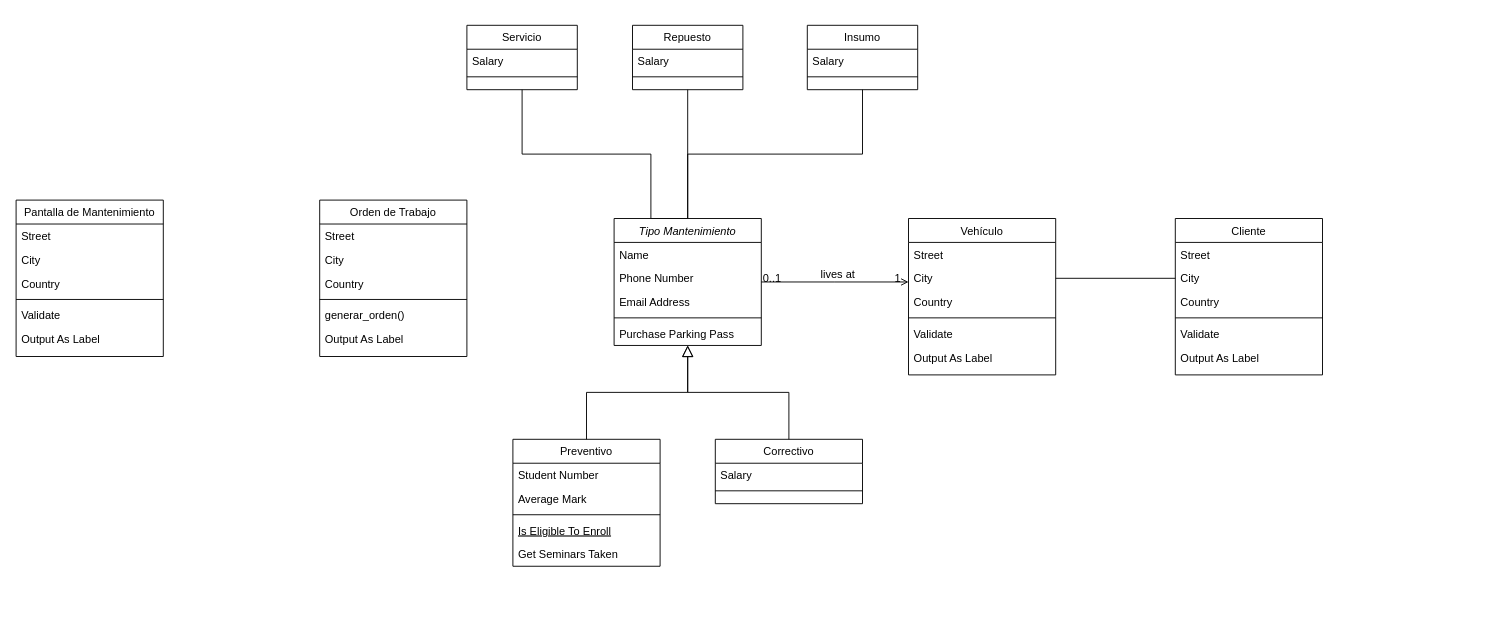
Before: diag clases.drawio in KeiKurono96/Experiencias3, a draw.io diagram. Source tidied: cells renumbered, new cells numbered last; positions are measured from the earlier drawing's top-left corner, leaving out a move shared by most shapes. Both pictures are drawn from the tidied source at 92%, with x=0, y=0 at pixel (16, 25).
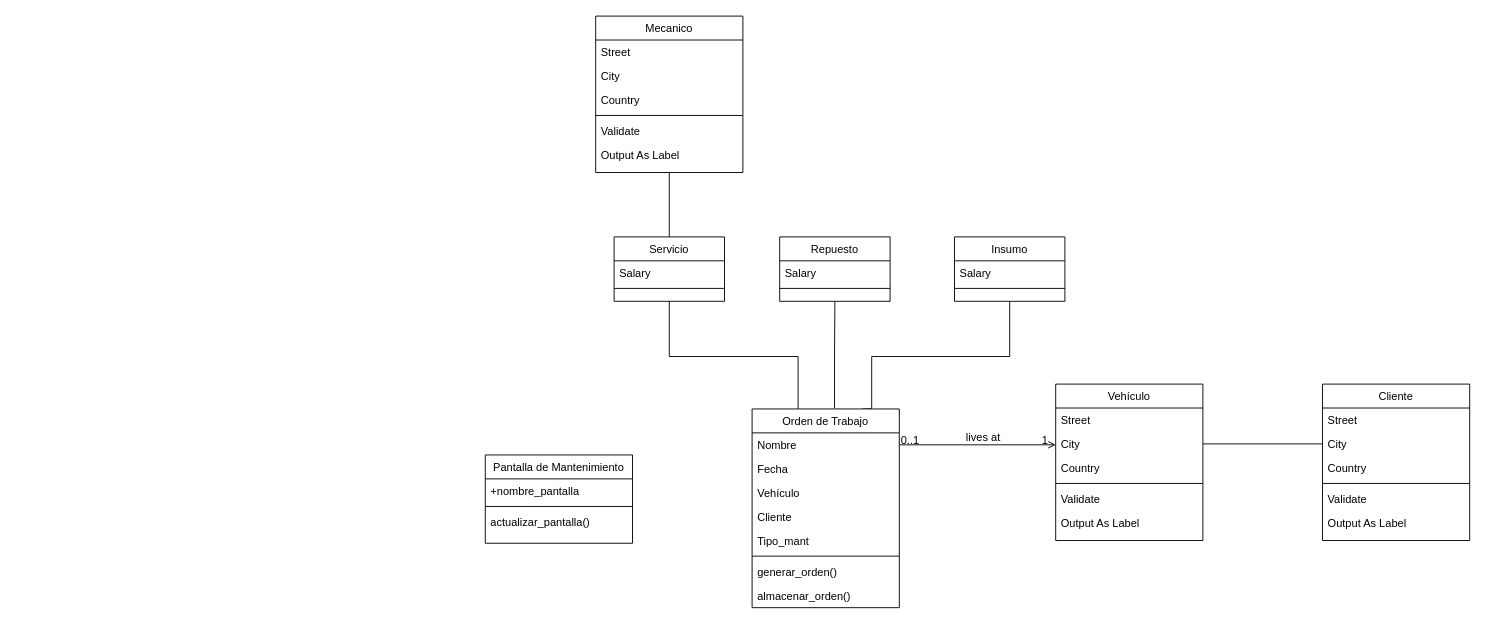
The same diagram, later.

Diff of the diagram source:
```diff
@@
-    <mxCell id="2" style="edgeStyle=orthogonalEdgeStyle;rounded=0;jettySize=auto;html=1;entryX=0.5;entryY=1;entryDx=0;entryDy=0;endArrow=none;endFill=0;exitX=0.5;exitY=0;exitDx=0;exitDy=0;" parent="1" edge="1" source="5" target="33">
+    <mxCell id="2" style="edgeStyle=orthogonalEdgeStyle;rounded=0;jettySize=auto;html=1;entryX=0.5;entryY=1;entryDx=0;entryDy=0;endArrow=none;endFill=0;" parent="1" edge="1" source="42" target="33">
       <mxGeometry relative="1" as="geometry">
         <Array as="points">
-          <mxPoint x="690" y="210" />
-          <mxPoint x="690" y="140" />
-          <mxPoint x="550" y="140" />
+          <mxPoint x="850" y="360" />
+          <mxPoint x="710" y="360" />
         </Array>
       </mxGeometry>
     </mxCell>
-    <mxCell id="3" style="edgeStyle=orthogonalEdgeStyle;shape=connector;rounded=0;jettySize=auto;html=1;entryX=0.5;entryY=1;entryDx=0;entryDy=0;labelBackgroundColor=default;strokeColor=default;fontFamily=Helvetica;fontSize=11;fontColor=default;endArrow=none;endFill=0;" parent="1" edge="1" source="5" target="36">
+    <mxCell id="3" style="edgeStyle=orthogonalEdgeStyle;shape=connector;rounded=0;jettySize=auto;html=1;entryX=0.5;entryY=1;entryDx=0;entryDy=0;labelBackgroundColor=default;strokeColor=default;fontFamily=Helvetica;fontSize=11;fontColor=default;endArrow=none;endFill=0;exitX=0.56;exitY=-0.003;exitDx=0;exitDy=0;exitPerimeter=0;" parent="1" edge="1" source="42" target="36">
       <mxGeometry relative="1" as="geometry" />
     </mxCell>
-    <mxCell id="4" style="edgeStyle=orthogonalEdgeStyle;shape=connector;rounded=0;jettySize=auto;html=1;entryX=0.5;entryY=1;entryDx=0;entryDy=0;labelBackgroundColor=default;strokeColor=default;fontFamily=Helvetica;fontSize=11;fontColor=default;endArrow=none;endFill=0;" parent="1" edge="1" source="5" target="39">
+    <mxCell id="4" style="edgeStyle=orthogonalEdgeStyle;shape=connector;rounded=0;jettySize=auto;html=1;entryX=0.5;entryY=1;entryDx=0;entryDy=0;labelBackgroundColor=default;strokeColor=default;fontFamily=Helvetica;fontSize=11;fontColor=default;endArrow=none;endFill=0;exitX=0.75;exitY=0;exitDx=0;exitDy=0;" parent="1" edge="1" source="42" target="39">
       <mxGeometry relative="1" as="geometry">
         <Array as="points">
-          <mxPoint x="730" y="140" />
-          <mxPoint x="920" y="140" />
+          <mxPoint x="930" y="417" />
+          <mxPoint x="930" y="360" />
+          <mxPoint x="1080" y="360" />
         </Array>
       </mxGeometry>
     </mxCell>
-    <mxCell id="5" value="Tipo Mantenimiento" style="swimlane;fontStyle=2;align=center;verticalAlign=top;horizontal=1;startSize=26;rounded=0;shadow=0;strokeWidth=1;" parent="1" vertex="1">
-      <mxGeometry x="650" y="210" width="160" height="138" as="geometry" />
-    </mxCell>
-    <mxCell id="6" value="Name" style="text;align=left;verticalAlign=top;spacingLeft=4;spacingRight=4;overflow=hidden;" parent="5" vertex="1">
-      <mxGeometry y="26" width="160" height="26" as="geometry" />
-    </mxCell>
-    <mxCell id="7" value="Phone Number" style="text;align=left;verticalAlign=top;spacingLeft=4;spacingRight=4;overflow=hidden;rounded=0;shadow=0;html=0;" parent="5" vertex="1">
-      <mxGeometry y="52" width="160" height="26" as="geometry" />
-    </mxCell>
-    <mxCell id="8" value="Email Address" style="text;align=left;verticalAlign=top;spacingLeft=4;spacingRight=4;overflow=hidden;rounded=0;shadow=0;html=0;" parent="5" vertex="1">
-      <mxGeometry y="78" width="160" height="26" as="geometry" />
-    </mxCell>
-    <mxCell id="9" style="line;html=1;strokeWidth=1;align=left;verticalAlign=middle;spacingTop=-1;spacingLeft=3;spacingRight=3;labelPosition=right;" parent="5" vertex="1">
-      <mxGeometry y="104" width="160" height="8" as="geometry" />
-    </mxCell>
-    <mxCell id="10" value="Purchase Parking Pass" style="text;align=left;verticalAlign=top;spacingLeft=4;spacingRight=4;overflow=hidden;" parent="5" vertex="1">
-      <mxGeometry y="112" width="160" height="26" as="geometry" />
-    </mxCell>
-    <mxCell id="11" value="Preventivo" style="swimlane;fontStyle=0;align=center;verticalAlign=top;horizontal=1;startSize=26;rounded=0;shadow=0;strokeWidth=1;" parent="1" vertex="1">
-      <mxGeometry x="540" y="450" width="160" height="138" as="geometry" />
-    </mxCell>
-    <mxCell id="12" value="Student Number" style="text;align=left;verticalAlign=top;spacingLeft=4;spacingRight=4;overflow=hidden;" parent="11" vertex="1">
-      <mxGeometry y="26" width="160" height="26" as="geometry" />
-    </mxCell>
-    <mxCell id="13" value="Average Mark" style="text;align=left;verticalAlign=top;spacingLeft=4;spacingRight=4;overflow=hidden;rounded=0;shadow=0;html=0;" parent="11" vertex="1">
-      <mxGeometry y="52" width="160" height="26" as="geometry" />
-    </mxCell>
-    <mxCell id="14" style="line;html=1;strokeWidth=1;align=left;verticalAlign=middle;spacingTop=-1;spacingLeft=3;spacingRight=3;labelPosition=right;" parent="11" vertex="1">
-      <mxGeometry y="78" width="160" height="8" as="geometry" />
-    </mxCell>
-    <mxCell id="15" value="Is Eligible To Enroll" style="text;align=left;verticalAlign=top;spacingLeft=4;spacingRight=4;overflow=hidden;fontStyle=4;" parent="11" vertex="1">
-      <mxGeometry y="86" width="160" height="26" as="geometry" />
-    </mxCell>
-    <mxCell id="16" value="Get Seminars Taken" style="text;align=left;verticalAlign=top;spacingLeft=4;spacingRight=4;overflow=hidden;" parent="11" vertex="1">
-      <mxGeometry y="112" width="160" height="26" as="geometry" />
-    </mxCell>
-    <mxCell id="17" style="endArrow=block;endSize=10;endFill=0;shadow=0;strokeWidth=1;rounded=0;edgeStyle=elbowEdgeStyle;elbow=vertical;" parent="1" edge="1" source="11" target="5">
-      <mxGeometry relative="1" as="geometry" />
-    </mxCell>
-    <mxCell id="18" value="Correctivo" style="swimlane;fontStyle=0;align=center;verticalAlign=top;horizontal=1;startSize=26;rounded=0;shadow=0;strokeWidth=1;" parent="1" vertex="1">
-      <mxGeometry x="760" y="450" width="160" height="70" as="geometry" />
-    </mxCell>
-    <mxCell id="19" value="Salary" style="text;align=left;verticalAlign=top;spacingLeft=4;spacingRight=4;overflow=hidden;" parent="18" vertex="1">
-      <mxGeometry y="26" width="160" height="26" as="geometry" />
-    </mxCell>
-    <mxCell id="20" style="line;html=1;strokeWidth=1;align=left;verticalAlign=middle;spacingTop=-1;spacingLeft=3;spacingRight=3;labelPosition=right;" parent="18" vertex="1">
-      <mxGeometry y="52" width="160" height="8" as="geometry" />
-    </mxCell>
-    <mxCell id="21" style="endArrow=block;endSize=10;endFill=0;shadow=0;strokeWidth=1;rounded=0;edgeStyle=elbowEdgeStyle;elbow=vertical;" parent="1" edge="1" source="18" target="5">
-      <mxGeometry relative="1" as="geometry" />
-    </mxCell>
     <mxCell id="22" value="Vehículo" style="swimlane;fontStyle=0;align=center;verticalAlign=top;horizontal=1;startSize=26;rounded=0;shadow=0;strokeWidth=1;" parent="1" vertex="1">
-      <mxGeometry x="970" y="210" width="160" height="170" as="geometry" />
+      <mxGeometry x="1130" y="390" width="160" height="170" as="geometry" />
     </mxCell>
@@
-    <mxCell id="29" style="endArrow=open;shadow=0;strokeWidth=1;rounded=0;endFill=1;edgeStyle=elbowEdgeStyle;elbow=vertical;" parent="1" edge="1" source="5" target="22">
+    <mxCell id="29" style="endArrow=open;shadow=0;strokeWidth=1;rounded=0;endFill=1;edgeStyle=elbowEdgeStyle;elbow=vertical;exitX=1;exitY=0.5;exitDx=0;exitDy=0;" parent="1" edge="1" source="43" target="22">
       <mxGeometry x="0.5" y="41" relative="1" as="geometry">
         <mxPoint x="-40" y="32" as="offset" />
       </mxGeometry>
     </mxCell>
@@
     <mxCell id="33" value="Servicio" style="swimlane;fontStyle=0;align=center;verticalAlign=top;horizontal=1;startSize=26;rounded=0;shadow=0;strokeWidth=1;" parent="1" vertex="1">
-      <mxGeometry x="490" width="120" height="70" as="geometry" />
+      <mxGeometry x="650" y="230" width="120" height="70" as="geometry" />
     </mxCell>
@@
     <mxCell id="36" value="Repuesto" style="swimlane;fontStyle=0;align=center;verticalAlign=top;horizontal=1;startSize=26;rounded=0;shadow=0;strokeWidth=1;" parent="1" vertex="1">
-      <mxGeometry x="670" width="120" height="70" as="geometry" />
+      <mxGeometry x="830" y="230" width="120" height="70" as="geometry" />
     </mxCell>
@@
     <mxCell id="39" value="Insumo" style="swimlane;fontStyle=0;align=center;verticalAlign=top;horizontal=1;startSize=26;rounded=0;shadow=0;strokeWidth=1;" parent="1" vertex="1">
-      <mxGeometry x="860" width="120" height="70" as="geometry" />
+      <mxGeometry x="1020" y="230" width="120" height="70" as="geometry" />
     </mxCell>
@@
     <mxCell id="42" value="Orden de Trabajo" style="swimlane;fontStyle=0;align=center;verticalAlign=top;horizontal=1;startSize=26;rounded=0;shadow=0;strokeWidth=1;" parent="1" vertex="1">
-      <mxGeometry x="330" y="190" width="160" height="170" as="geometry" />
+      <mxGeometry x="800" y="417" width="160" height="216" as="geometry" />
     </mxCell>
-    <mxCell id="43" value="Street" style="text;align=left;verticalAlign=top;spacingLeft=4;spacingRight=4;overflow=hidden;points=[[0,0.5],[1,0.5]];portConstraint=eastwest;" parent="42" vertex="1">
+    <mxCell id="43" value="Nombre" style="text;align=left;verticalAlign=top;spacingLeft=4;spacingRight=4;overflow=hidden;points=[[0,0.5],[1,0.5]];portConstraint=eastwest;" parent="42" vertex="1">
       <mxGeometry y="26" width="160" height="26" as="geometry" />
     </mxCell>
-    <mxCell id="44" value="City" style="text;align=left;verticalAlign=top;spacingLeft=4;spacingRight=4;overflow=hidden;rounded=0;shadow=0;html=0;" parent="42" vertex="1">
+    <mxCell id="44" value="Fecha" style="text;align=left;verticalAlign=top;spacingLeft=4;spacingRight=4;overflow=hidden;rounded=0;shadow=0;html=0;" parent="42" vertex="1">
       <mxGeometry y="52" width="160" height="26" as="geometry" />
     </mxCell>
-    <mxCell id="45" value="Country" style="text;align=left;verticalAlign=top;spacingLeft=4;spacingRight=4;overflow=hidden;rounded=0;shadow=0;html=0;" parent="42" vertex="1">
+    <mxCell id="45" value="Vehículo" style="text;align=left;verticalAlign=top;spacingLeft=4;spacingRight=4;overflow=hidden;rounded=0;shadow=0;html=0;" parent="42" vertex="1">
       <mxGeometry y="78" width="160" height="26" as="geometry" />
     </mxCell>
+    <mxCell id="64" value="Cliente" style="text;align=left;verticalAlign=top;spacingLeft=4;spacingRight=4;overflow=hidden;rounded=0;shadow=0;html=0;" parent="42" vertex="1">
+      <mxGeometry y="104" width="160" height="26" as="geometry" />
+    </mxCell>
+    <mxCell id="65" value="Tipo_mant" style="text;align=left;verticalAlign=top;spacingLeft=4;spacingRight=4;overflow=hidden;rounded=0;shadow=0;html=0;" parent="42" vertex="1">
+      <mxGeometry y="130" width="160" height="26" as="geometry" />
+    </mxCell>
     <mxCell id="46" style="line;html=1;strokeWidth=1;align=left;verticalAlign=middle;spacingTop=-1;spacingLeft=3;spacingRight=3;labelPosition=right;" parent="42" vertex="1">
-      <mxGeometry y="104" width="160" height="8" as="geometry" />
+      <mxGeometry y="156" width="160" height="8" as="geometry" />
     </mxCell>
     <mxCell id="47" value="generar_orden()" style="text;align=left;verticalAlign=top;spacingLeft=4;spacingRight=4;overflow=hidden;" parent="42" vertex="1">
-      <mxGeometry y="112" width="160" height="26" as="geometry" />
+      <mxGeometry y="164" width="160" height="26" as="geometry" />
     </mxCell>
-    <mxCell id="48" value="Output As Label" style="text;align=left;verticalAlign=top;spacingLeft=4;spacingRight=4;overflow=hidden;" parent="42" vertex="1">
-      <mxGeometry y="138" width="160" height="26" as="geometry" />
+    <mxCell id="48" value="almacenar_orden()" style="text;align=left;verticalAlign=top;spacingLeft=4;spacingRight=4;overflow=hidden;" parent="42" vertex="1">
+      <mxGeometry y="190" width="160" height="26" as="geometry" />
     </mxCell>
     <mxCell id="49" value="Pantalla de Mantenimiento" style="swimlane;fontStyle=0;align=center;verticalAlign=top;horizontal=1;startSize=26;rounded=0;shadow=0;strokeWidth=1;" parent="1" vertex="1">
-      <mxGeometry y="190" width="160" height="170" as="geometry" />
+      <mxGeometry x="510" y="467" width="160" height="96" as="geometry" />
     </mxCell>
-    <mxCell id="50" value="Street" style="text;align=left;verticalAlign=top;spacingLeft=4;spacingRight=4;overflow=hidden;" parent="49" vertex="1">
+    <mxCell id="50" value="+nombre_pantalla" style="text;align=left;verticalAlign=top;spacingLeft=4;spacingRight=4;overflow=hidden;" parent="49" vertex="1">
       <mxGeometry y="26" width="160" height="26" as="geometry" />
     </mxCell>
-    <mxCell id="51" value="City" style="text;align=left;verticalAlign=top;spacingLeft=4;spacingRight=4;overflow=hidden;rounded=0;shadow=0;html=0;" parent="49" vertex="1">
-      <mxGeometry y="52" width="160" height="26" as="geometry" />
-    </mxCell>
-    <mxCell id="52" value="Country" style="text;align=left;verticalAlign=top;spacingLeft=4;spacingRight=4;overflow=hidden;rounded=0;shadow=0;html=0;" parent="49" vertex="1">
-      <mxGeometry y="78" width="160" height="26" as="geometry" />
-    </mxCell>
     <mxCell id="53" style="line;html=1;strokeWidth=1;align=left;verticalAlign=middle;spacingTop=-1;spacingLeft=3;spacingRight=3;labelPosition=right;" parent="49" vertex="1">
-      <mxGeometry y="104" width="160" height="8" as="geometry" />
+      <mxGeometry y="52" width="160" height="8" as="geometry" />
     </mxCell>
-    <mxCell id="54" value="Validate" style="text;align=left;verticalAlign=top;spacingLeft=4;spacingRight=4;overflow=hidden;" parent="49" vertex="1">
-      <mxGeometry y="112" width="160" height="26" as="geometry" />
+    <mxCell id="54" value="actualizar_pantalla()" style="text;align=left;verticalAlign=top;spacingLeft=4;spacingRight=4;overflow=hidden;" parent="49" vertex="1">
+      <mxGeometry y="60" width="160" height="26" as="geometry" />
     </mxCell>
-    <mxCell id="55" value="Output As Label" style="text;align=left;verticalAlign=top;spacingLeft=4;spacingRight=4;overflow=hidden;" parent="49" vertex="1">
-      <mxGeometry y="138" width="160" height="26" as="geometry" />
-    </mxCell>
     <mxCell id="56" value="Cliente" style="swimlane;fontStyle=0;align=center;verticalAlign=top;horizontal=1;startSize=26;rounded=0;shadow=0;strokeWidth=1;" parent="1" vertex="1">
-      <mxGeometry x="1260" y="210" width="160" height="170" as="geometry" />
+      <mxGeometry x="1420" y="390" width="160" height="170" as="geometry" />
     </mxCell>
@@
+    <mxCell id="66" style="edgeStyle=orthogonalEdgeStyle;shape=connector;rounded=0;jettySize=auto;html=1;entryX=0.5;entryY=0;entryDx=0;entryDy=0;labelBackgroundColor=default;strokeColor=default;fontFamily=Helvetica;fontSize=11;fontColor=default;endArrow=none;endFill=0;" parent="1" edge="1" source="67" target="33">
+      <mxGeometry relative="1" as="geometry" />
+    </mxCell>
+    <mxCell id="67" value="Mecanico" style="swimlane;fontStyle=0;align=center;verticalAlign=top;horizontal=1;startSize=26;rounded=0;shadow=0;strokeWidth=1;" parent="1" vertex="1">
+      <mxGeometry x="630" y="-10" width="160" height="170" as="geometry" />
+    </mxCell>
+    <mxCell id="68" value="Street" style="text;align=left;verticalAlign=top;spacingLeft=4;spacingRight=4;overflow=hidden;" parent="67" vertex="1">
+      <mxGeometry y="26" width="160" height="26" as="geometry" />
+    </mxCell>
+    <mxCell id="51" value="City" style="text;align=left;verticalAlign=top;spacingLeft=4;spacingRight=4;overflow=hidden;rounded=0;shadow=0;html=0;" parent="67" vertex="1">
+      <mxGeometry y="52" width="160" height="26" as="geometry" />
+    </mxCell>
+    <mxCell id="52" value="Country" style="text;align=left;verticalAlign=top;spacingLeft=4;spacingRight=4;overflow=hidden;rounded=0;shadow=0;html=0;" parent="67" vertex="1">
+      <mxGeometry y="78" width="160" height="26" as="geometry" />
+    </mxCell>
+    <mxCell id="9" style="line;html=1;strokeWidth=1;align=left;verticalAlign=middle;spacingTop=-1;spacingLeft=3;spacingRight=3;labelPosition=right;" parent="67" vertex="1">
+      <mxGeometry y="104" width="160" height="8" as="geometry" />
+    </mxCell>
+    <mxCell id="69" value="Validate" style="text;align=left;verticalAlign=top;spacingLeft=4;spacingRight=4;overflow=hidden;" parent="67" vertex="1">
+      <mxGeometry y="112" width="160" height="26" as="geometry" />
+    </mxCell>
+    <mxCell id="55" value="Output As Label" style="text;align=left;verticalAlign=top;spacingLeft=4;spacingRight=4;overflow=hidden;" parent="67" vertex="1">
+      <mxGeometry y="138" width="160" height="26" as="geometry" />
+    </mxCell>
```
